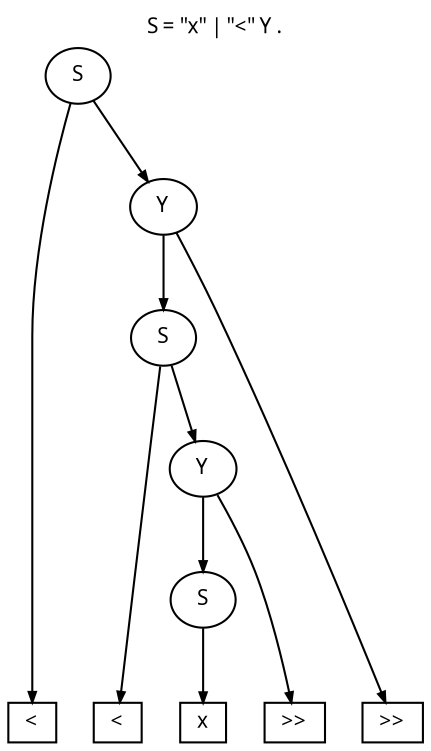
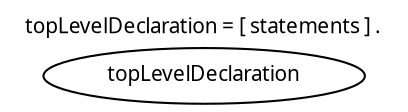
digraph Derivations {
  fontname = Menlo
  fontsize = 10
  node [fontname = Menlo, fontsize = 10]
  edge [arrowsize = 0.5]
  rankdir = TB
  ordering = out
  labelloc = t
-   label = <S = "x" | "&lt;" Y .>
-   n0 [shape = ellipse, width=0.0, height=0.0, label = <S>]
-   n1 [shape = box, width=0.0, height=0.0, label = <&lt;>]
-   n0 -> n1
-   n2 [shape = ellipse, width=0.0, height=0.0, label = <Y>]
-   n3 [shape = ellipse, width=0.0, height=0.0, label = <S>]
-   n4 [shape = box, width=0.0, height=0.0, label = <&lt;>]
-   n3 -> n4
-   n5 [shape = ellipse, width=0.0, height=0.0, label = <Y>]
-   n6 [shape = ellipse, width=0.0, height=0.0, label = <S>]
-   n7 [shape = box, width=0.0, height=0.0, label = <x>]
-   n6 -> n7
-   n5 -> n6
-   n8 [shape = box, width=0.0, height=0.0, label = <&gt;&gt;>]
-   n5 -> n8
-   n3 -> n5
-   n2 -> n3
-   n9 [shape = box, width=0.0, height=0.0, label = <&gt;&gt;>]
-   n2 -> n9
-   n0 -> n2
-   { rank = same; n1; n4; n7; n8; n9 }
-   n1 -> n4 [style = invis]
-   n4 -> n7 [style = invis]
-   n7 -> n8 [style = invis]
-   n8 -> n9 [style = invis]
+   label = <topLevelDeclaration = [ statements ] .>
+   n0 [shape = ellipse, width=0.0, height=0.0, label = <topLevelDeclaration>]
}
